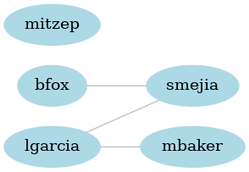
Earlier version of the Graphviz export Fase3/Reportes-Root/reporte_contactos.png (201801392ByronOvalle/-EDD-2S2025_201801392). Its source is kept beside it as Fase3/Reportes-Root/reporte_contactos.dot. The source it was exported from:
```dot
graph G {
  rankdir=LR;
  node [shape=ellipse, style=filled, color=lightblue];
  edge [color=gray];

  "lgarcia" [label="lgarcia"];
  "smejia" [label="smejia"];
  "bfox" [label="bfox"];
  "mbaker" [label="mbaker"];
  "mitzep" [label="mitzep"];

  "lgarcia" -- "smejia";
  "lgarcia" -- "mbaker";
  "bfox" -- "smejia";
}
```
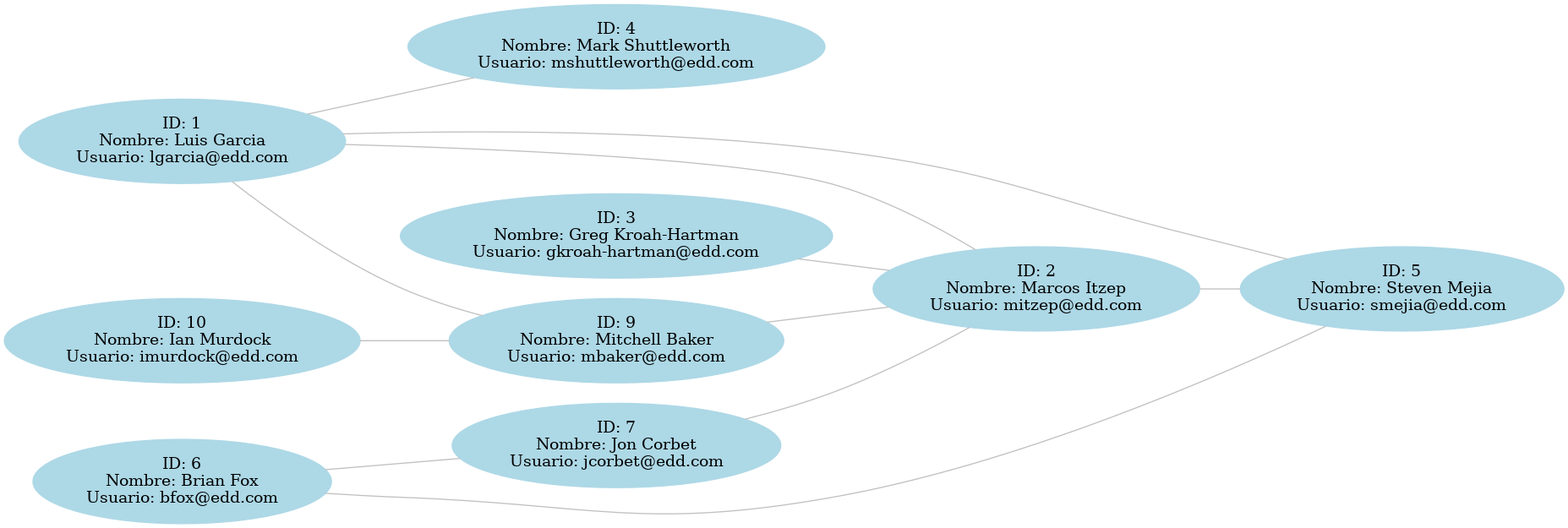
After the commit.

The edit, as a diff of the source:
```diff
@@ -3,13 +3,25 @@
   node [shape=ellipse, style=filled, color=lightblue];
   edge [color=gray];
 
-  "lgarcia" [label="lgarcia"];
-  "smejia" [label="smejia"];
-  "bfox" [label="bfox"];
-  "mbaker" [label="mbaker"];
-  "mitzep" [label="mitzep"];
+  "lgarcia@edd.com" [label="ID: 1\nNombre: Luis Garcia\nUsuario: lgarcia@edd.com"];
+  "mitzep@edd.com" [label="ID: 2\nNombre: Marcos Itzep\nUsuario: mitzep@edd.com"];
+  "mshuttleworth@edd.com" [label="ID: 4\nNombre: Mark Shuttleworth\nUsuario: mshuttleworth@edd.com"];
+  "smejia@edd.com" [label="ID: 5\nNombre: Steven Mejia\nUsuario: smejia@edd.com"];
+  "bfox@edd.com" [label="ID: 6\nNombre: Brian Fox\nUsuario: bfox@edd.com"];
+  "jcorbet@edd.com" [label="ID: 7\nNombre: Jon Corbet\nUsuario: jcorbet@edd.com"];
+  "mbaker@edd.com" [label="ID: 9\nNombre: Mitchell Baker\nUsuario: mbaker@edd.com"];
+  "imurdock@edd.com" [label="ID: 10\nNombre: Ian Murdock\nUsuario: imurdock@edd.com"];
+  "gkroah-hartman@edd.com" [label="ID: 3\nNombre: Greg Kroah-Hartman\nUsuario: gkroah-hartman@edd.com"];
 
-  "lgarcia" -- "smejia";
-  "lgarcia" -- "mbaker";
-  "bfox" -- "smejia";
+  "lgarcia@edd.com" -- "mitzep@edd.com";
+  "lgarcia@edd.com" -- "mshuttleworth@edd.com";
+  "lgarcia@edd.com" -- "smejia@edd.com";
+  "lgarcia@edd.com" -- "mbaker@edd.com";
+  "mitzep@edd.com" -- "smejia@edd.com";
+  "bfox@edd.com" -- "smejia@edd.com";
+  "bfox@edd.com" -- "jcorbet@edd.com";
+  "jcorbet@edd.com" -- "mitzep@edd.com";
+  "mbaker@edd.com" -- "mitzep@edd.com";
+  "imurdock@edd.com" -- "mbaker@edd.com";
+  "gkroah-hartman@edd.com" -- "mitzep@edd.com";
 }
```
